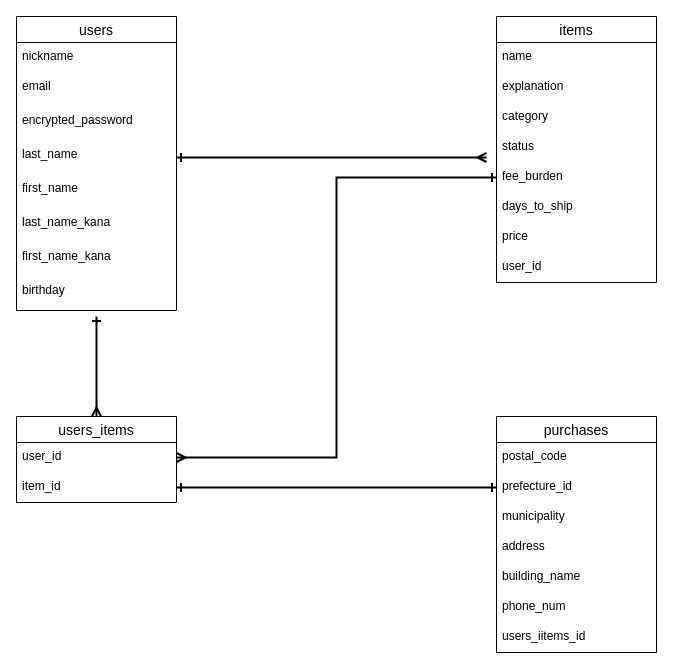
Before: furima_er.dio in yamaken227/furima-32496, a draw.io diagram. Source tidied: cells renumbered, new cells numbered last; positions are measured from the earlier drawing's top-left corner, leaving out a move shared by most shapes. Both pictures are drawn from the tidied source at 100%, with x=0, y=0 at pixel (16, 16).
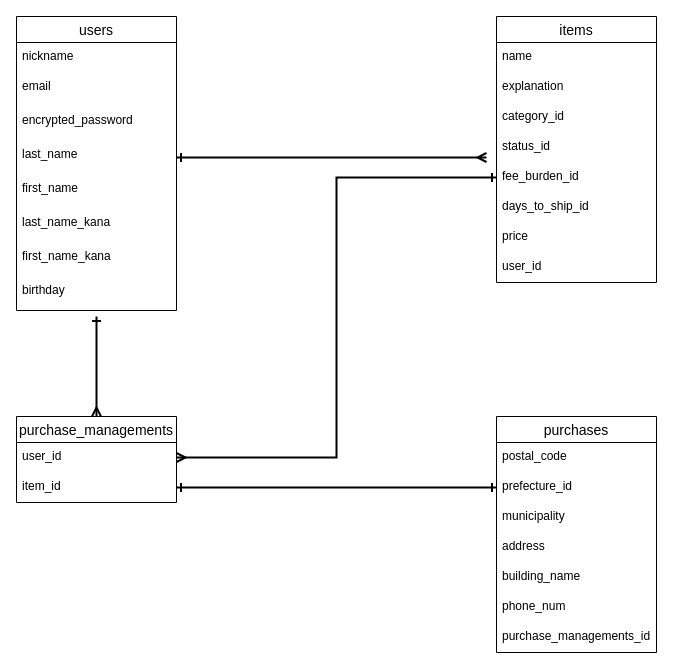
The same diagram, later.

Commit message (it also covers changes not shown here):
テーブル設計修正12/4/17/7

Unchanged cells that the change refers to:
```xml
<mxCell id="2" value="items" style="swimlane;fontStyle=0;horizontal=1;startSize=26;align=center;fontSize=14;" parent="1" vertex="1">
  <mxGeometry x="480" width="160" height="266" as="geometry" />
</mxCell>
<mxCell id="26" value="purchases" style="swimlane;fontStyle=0;horizontal=1;startSize=26;align=center;fontSize=14;" parent="1" vertex="1">
  <mxGeometry x="480" y="400" width="160" height="236" as="geometry" />
</mxCell>
```

Change to the diagram source:
```diff
@@
-    <mxCell id="5" value="category" style="text;strokeColor=none;fillColor=none;spacingLeft=4;spacingRight=4;overflow=hidden;fontSize=12;" parent="2" vertex="1">
+    <mxCell id="5" value="category_id" style="text;strokeColor=none;fillColor=none;spacingLeft=4;spacingRight=4;overflow=hidden;fontSize=12;" parent="2" vertex="1">
       <mxGeometry y="86" width="160" height="30" as="geometry" />
     </mxCell>
-    <mxCell id="6" value="status" style="text;strokeColor=none;fillColor=none;spacingLeft=4;spacingRight=4;overflow=hidden;fontSize=12;" parent="2" vertex="1">
+    <mxCell id="6" value="status_id" style="text;strokeColor=none;fillColor=none;spacingLeft=4;spacingRight=4;overflow=hidden;fontSize=12;" parent="2" vertex="1">
       <mxGeometry y="116" width="160" height="30" as="geometry" />
     </mxCell>
-    <mxCell id="7" value="fee_burden" style="text;strokeColor=none;fillColor=none;spacingLeft=4;spacingRight=4;overflow=hidden;points=[[0,0.5],[1,0.5]];portConstraint=eastwest;fontSize=12;" parent="2" vertex="1">
+    <mxCell id="7" value="fee_burden_id" style="text;strokeColor=none;fillColor=none;spacingLeft=4;spacingRight=4;overflow=hidden;points=[[0,0.5],[1,0.5]];portConstraint=eastwest;fontSize=12;" parent="2" vertex="1">
       <mxGeometry y="146" width="160" height="30" as="geometry" />
     </mxCell>
-    <mxCell id="8" value="days_to_ship" style="text;strokeColor=none;fillColor=none;spacingLeft=4;spacingRight=4;overflow=hidden;fontSize=12;" parent="2" vertex="1">
+    <mxCell id="8" value="days_to_ship_id" style="text;strokeColor=none;fillColor=none;spacingLeft=4;spacingRight=4;overflow=hidden;fontSize=12;" parent="2" vertex="1">
       <mxGeometry y="176" width="160" height="30" as="geometry" />
     </mxCell>
@@
-    <mxCell id="22" value="users_items" style="swimlane;fontStyle=0;horizontal=1;startSize=26;align=center;fontSize=14;" parent="1" vertex="1">
+    <mxCell id="22" value="purchase_managements" style="swimlane;fontStyle=0;horizontal=1;startSize=26;align=center;fontSize=14;" parent="1" vertex="1">
       <mxGeometry y="400" width="160" height="86" as="geometry" />
     </mxCell>
@@
-    <mxCell id="33" value="users_iitems_id" style="text;strokeColor=none;fillColor=none;spacingLeft=4;spacingRight=4;overflow=hidden;fontSize=12;" parent="26" vertex="1">
+    <mxCell id="33" value="purchase_managements_id" style="text;strokeColor=none;fillColor=none;spacingLeft=4;spacingRight=4;overflow=hidden;fontSize=12;" parent="26" vertex="1">
       <mxGeometry y="206" width="160" height="30" as="geometry" />
     </mxCell>
```
